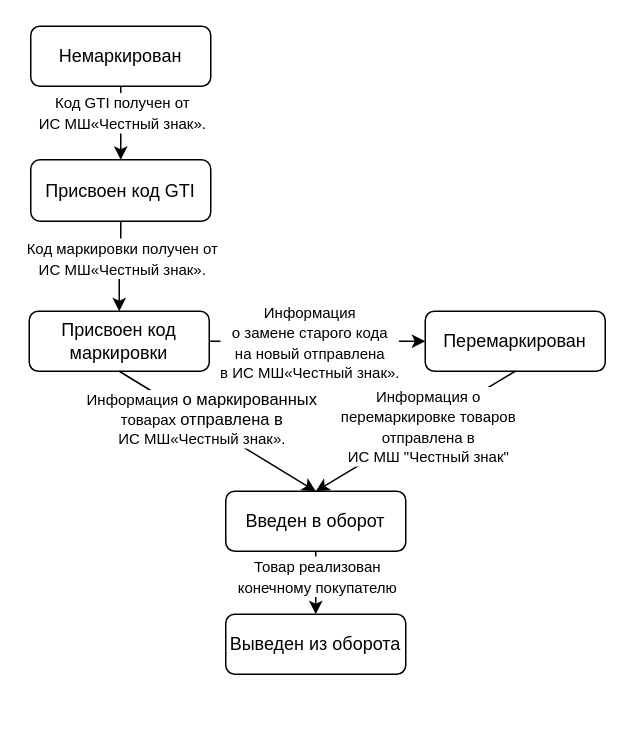
Above: page "Состояние товара при маркировке" (3 of 4) of Untitled Diagram.drawio in timoorm/first (draw.io), before the change. Source tidied: cells renumbered, new cells numbered last; positions are measured from the earlier drawing's top-left corner, leaving out a move shared by most shapes. Both pictures are drawn from the tidied source at 150%, with x=0, y=0 at pixel (28, 26).
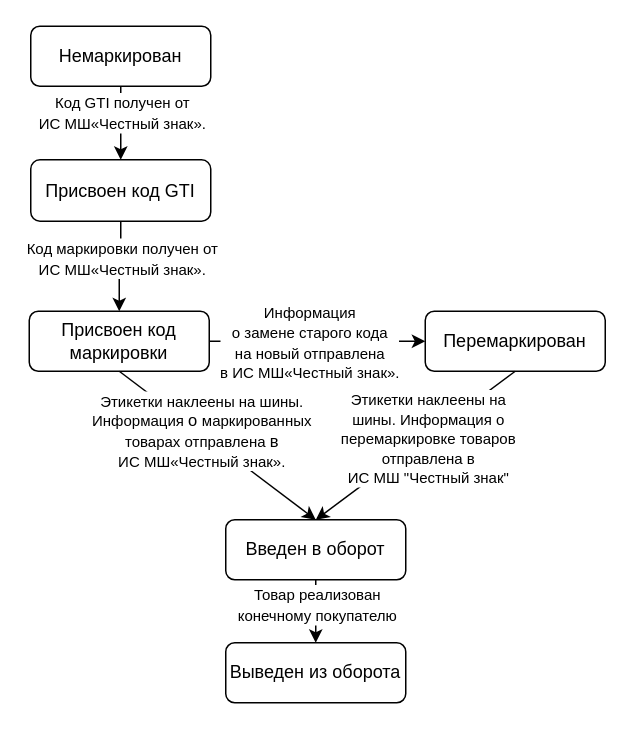
The same page after the edit.

Diff of the diagram source:
```diff
@@
 <mxGraphModel>
   <root>
     <mxCell id="0" />
     <mxCell id="1" parent="0" />
     <mxCell id="2" style="edgeStyle=orthogonalEdgeStyle;rounded=0;jettySize=auto;html=1;" parent="1" edge="1" source="7" target="6">
       <mxGeometry relative="1" as="geometry" />
     </mxCell>
     <mxCell id="3" value="&lt;div&gt;&lt;font style=&quot;font-size: 10px&quot;&gt;Код GTI получен от &lt;span&gt;&lt;br&gt;&lt;/span&gt;&lt;/font&gt;&lt;/div&gt;&lt;div&gt;&lt;font style=&quot;font-size: 10px&quot;&gt;&lt;span&gt;ИС МШ«Честный знак».&lt;/span&gt;&lt;/font&gt;&lt;/div&gt;" style="edgeLabel;html=1;align=center;verticalAlign=middle;" parent="2" vertex="1">
       <mxGeometry x="-0.29" relative="1" as="geometry" />
     </mxCell>
     <mxCell id="4" style="edgeStyle=orthogonalEdgeStyle;rounded=0;jettySize=auto;html=1;" parent="1" edge="1" source="6" target="10">
       <mxGeometry relative="1" as="geometry" />
     </mxCell>
     <mxCell id="5" value="&lt;div&gt;&lt;font style=&quot;font-size: 10px&quot;&gt;Код маркировки получен от &lt;span&gt;&lt;br&gt;&lt;/span&gt;&lt;/font&gt;&lt;/div&gt;&lt;div&gt;&lt;font style=&quot;font-size: 10px&quot;&gt;&lt;span&gt;ИС МШ«Честный знак».&lt;/span&gt;&lt;/font&gt;&lt;/div&gt;" style="edgeLabel;html=1;align=center;verticalAlign=middle;" parent="4" vertex="1">
       <mxGeometry x="-0.2" relative="1" as="geometry" />
     </mxCell>
     <mxCell id="6" value="Присвоен код GTI" style="rounded=1;whiteSpace=wrap;html=1;" parent="1" vertex="1">
       <mxGeometry x="1" y="89" width="120" height="41" as="geometry" />
     </mxCell>
     <mxCell id="7" value="Немаркирован" style="rounded=1;whiteSpace=wrap;html=1;" parent="1" vertex="1">
       <mxGeometry x="1" width="120" height="40" as="geometry" />
     </mxCell>
     <mxCell id="8" style="edgeStyle=orthogonalEdgeStyle;rounded=0;jettySize=auto;html=1;" parent="1" edge="1" source="10" target="15">
       <mxGeometry relative="1" as="geometry" />
     </mxCell>
     <mxCell id="9" value="&lt;div&gt;&lt;font style=&quot;font-size: 10px&quot;&gt;Информация &lt;br&gt;&lt;/font&gt;&lt;/div&gt;&lt;div&gt;&lt;font style=&quot;font-size: 10px&quot;&gt;&lt;font style=&quot;font-size: 10px&quot;&gt;о &lt;/font&gt;замене старого кода&lt;/font&gt;&lt;/div&gt;&lt;div&gt;&lt;font style=&quot;font-size: 10px&quot;&gt; на новый отправлена&lt;/font&gt;&lt;/div&gt;&lt;div&gt;&lt;font style=&quot;font-size: 10px&quot;&gt; в&lt;/font&gt;&lt;font style=&quot;font-size: 10px&quot;&gt;&lt;span&gt;&lt;font style=&quot;font-size: 10px&quot;&gt; ИС МШ«Честный знак»&lt;/font&gt;.&lt;/span&gt;&lt;/font&gt;&lt;/div&gt;" style="edgeLabel;html=1;align=center;verticalAlign=middle;" parent="8" vertex="1">
       <mxGeometry x="-0.08" relative="1" as="geometry" />
     </mxCell>
     <mxCell id="10" value="Присвоен код маркировки" style="rounded=1;whiteSpace=wrap;html=1;" parent="1" vertex="1">
       <mxGeometry y="190" width="120" height="40" as="geometry" />
     </mxCell>
     <mxCell id="11" style="edgeStyle=orthogonalEdgeStyle;rounded=0;jettySize=auto;html=1;" parent="1" edge="1" source="13" target="14">
       <mxGeometry relative="1" as="geometry" />
     </mxCell>
     <mxCell id="12" value="&lt;div&gt;&lt;font style=&quot;font-size: 10px&quot;&gt;Товар реализован &lt;br&gt;&lt;/font&gt;&lt;/div&gt;&lt;div&gt;&lt;font style=&quot;font-size: 10px&quot;&gt;конечному покупателю&lt;/font&gt;&lt;/div&gt;" style="edgeLabel;html=1;align=center;verticalAlign=middle;" parent="11" vertex="1">
       <mxGeometry x="-0.25" relative="1" as="geometry" />
     </mxCell>
     <mxCell id="13" value="Введен в оборот" style="rounded=1;whiteSpace=wrap;html=1;" parent="1" vertex="1">
-      <mxGeometry x="131" y="310" width="120" height="40" as="geometry" />
+      <mxGeometry x="131" y="329" width="120" height="40" as="geometry" />
     </mxCell>
     <mxCell id="14" value="Выведен из оборота" style="rounded=1;whiteSpace=wrap;html=1;" parent="1" vertex="1">
-      <mxGeometry x="131" y="392" width="120" height="40" as="geometry" />
+      <mxGeometry x="131" y="411" width="120" height="40" as="geometry" />
     </mxCell>
     <mxCell id="15" value="Перемаркирован" style="rounded=1;whiteSpace=wrap;html=1;" parent="1" vertex="1">
       <mxGeometry x="264" y="190" width="120" height="40" as="geometry" />
     </mxCell>
     <mxCell id="16" style="endArrow=classic;html=1;entryX=0.5;entryY=0;entryDx=0;entryDy=0;exitX=0.5;exitY=1;exitDx=0;exitDy=0;" parent="1" edge="1" source="10" target="13">
       <mxGeometry relative="1" as="geometry" />
     </mxCell>
-    <mxCell id="17" value="&lt;div&gt;&lt;font style=&quot;font-size: 10px&quot;&gt;Информация &lt;/font&gt;о маркированных &lt;br&gt;&lt;/div&gt;&lt;div&gt;&lt;font style=&quot;font-size: 10px&quot;&gt;товарах &lt;/font&gt;отправлена в &lt;/div&gt;&lt;div&gt;&lt;font style=&quot;font-size: 10px&quot;&gt;&lt;span&gt;ИС &lt;font style=&quot;font-size: 10px&quot;&gt;МШ&lt;/font&gt;«Честный знак».&lt;/span&gt;&lt;/font&gt;&lt;/div&gt;" style="edgeLabel;html=1;align=center;verticalAlign=middle;" parent="16" vertex="1">
+    <mxCell id="17" value="&lt;div&gt;&lt;font style=&quot;font-size: 10px&quot;&gt;Этикетки наклеены на шины.&lt;/font&gt;&lt;/div&gt;&lt;div&gt;&lt;font style=&quot;font-size: 10px&quot;&gt; Информация &lt;/font&gt;о &lt;font style=&quot;font-size: 10px&quot;&gt;маркированных &lt;/font&gt;&lt;br&gt;&lt;/div&gt;&lt;div&gt;&lt;font style=&quot;font-size: 10px&quot;&gt;товарах &lt;/font&gt;&lt;font style=&quot;font-size: 10px&quot;&gt;отправлена &lt;/font&gt;в &lt;/div&gt;&lt;div&gt;&lt;font style=&quot;font-size: 10px&quot;&gt;&lt;span&gt;ИС &lt;font style=&quot;font-size: 10px&quot;&gt;МШ&lt;/font&gt;«Честный знак».&lt;/span&gt;&lt;/font&gt;&lt;/div&gt;" style="edgeLabel;html=1;align=center;verticalAlign=middle;" parent="16" vertex="1">
       <mxGeometry x="-0.18" y="1" relative="1" as="geometry" />
     </mxCell>
     <mxCell id="18" style="endArrow=classic;html=1;exitX=0.5;exitY=1;exitDx=0;exitDy=0;entryX=0.5;entryY=0;entryDx=0;entryDy=0;" parent="1" edge="1" source="15" target="13">
       <mxGeometry relative="1" as="geometry" />
     </mxCell>
-    <mxCell id="19" value="&lt;div&gt;&lt;font style=&quot;font-size: 10px&quot;&gt;Информация о&lt;/font&gt;&lt;/div&gt;&lt;div&gt;&lt;font style=&quot;font-size: 10px&quot;&gt;перемаркировке товаров&lt;/font&gt;&lt;/div&gt;&lt;div&gt;&lt;font style=&quot;font-size: 10px&quot;&gt;отправлена в &lt;br&gt;&lt;/font&gt;&lt;/div&gt;&lt;div&gt;&lt;font style=&quot;font-size: 10px&quot;&gt;ИС МШ &quot;Честный знак&quot;&lt;br&gt;&lt;/font&gt;&lt;/div&gt;" style="edgeLabel;html=1;align=center;verticalAlign=middle;" parent="18" vertex="1">
+    <mxCell id="19" value="&lt;div&gt;&lt;font style=&quot;font-size: 10px&quot;&gt;Этикетки наклеены на&lt;/font&gt;&lt;/div&gt;&lt;div&gt;&lt;font style=&quot;font-size: 10px&quot;&gt; шины. Информация о&lt;/font&gt;&lt;/div&gt;&lt;div&gt;&lt;font style=&quot;font-size: 10px&quot;&gt;перемаркировке товаров&lt;/font&gt;&lt;/div&gt;&lt;div&gt;&lt;font style=&quot;font-size: 10px&quot;&gt;отправлена в &lt;br&gt;&lt;/font&gt;&lt;/div&gt;&lt;div&gt;&lt;font style=&quot;font-size: 10px&quot;&gt;ИС МШ &quot;Честный знак&quot;&lt;br&gt;&lt;/font&gt;&lt;/div&gt;" style="edgeLabel;html=1;align=center;verticalAlign=middle;" parent="18" vertex="1">
       <mxGeometry x="-0.11" y="1" relative="1" as="geometry" />
     </mxCell>
   </root>
 </mxGraphModel>
```
